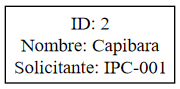
The Graphviz diagram Reportes/Cola.png in MelvinGGS/IPC2_ProyectoVD2024_202300712, before a commit. Its source is kept beside it as reportesdot/Cola.dot.
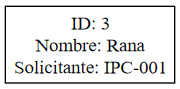
Later version of the same file.

The edit, as a diff of the source:
```diff
@@ -1,5 +1,5 @@
 digraph G {
     rankdir=LR;
     node[shape=record];
-    nodo0[label="{ID: 2\nNombre: Capibara\nSolicitante: IPC-001}"];
+    nodo0[label="{ID: 3\nNombre: Rana\nSolicitante: IPC-001}"];
 }
```
